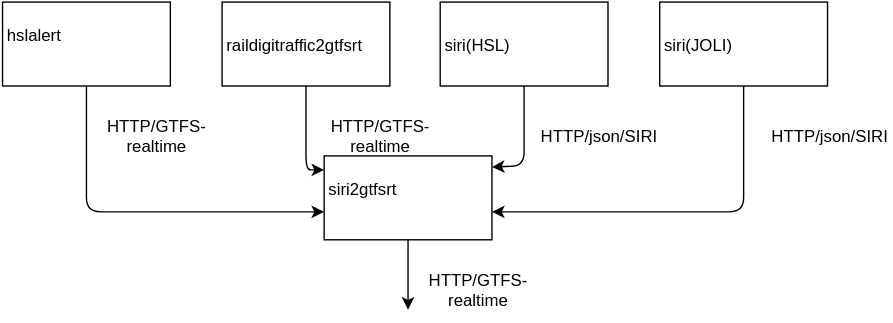
Earlier version of the draw.io export pages/en/developers/apis/4-realtime-api/trip-updates/architecture.svg (HSLdevcom/digitransit-site). Source tidied: cells renumbered, new cells last; positions are measured from the earlier drawing's top-left corner, leaving out a move shared by most shapes.
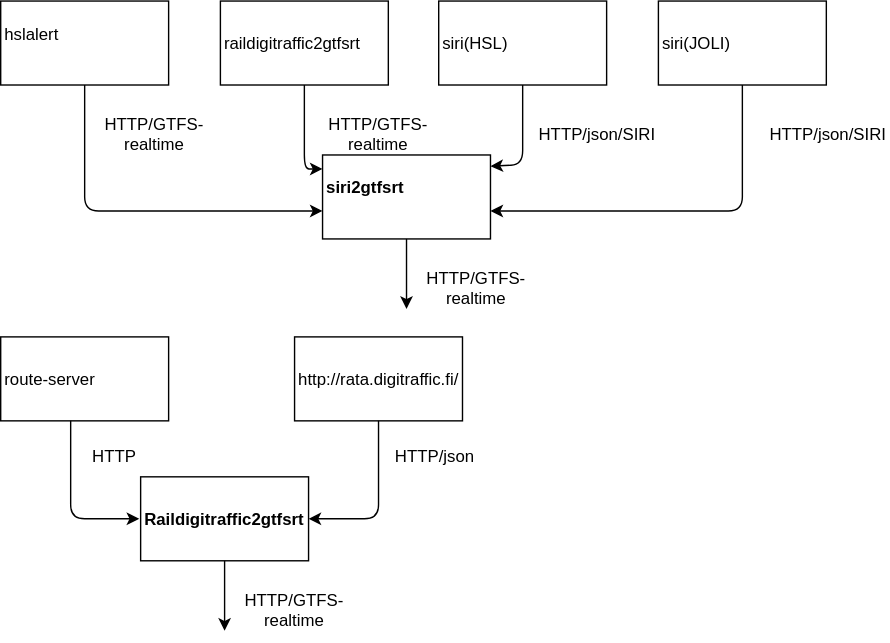
After the commit.

Commit message:
realtime-api-service-alert-and-trip-updates-image-fixes

Change to the diagram source:
```diff
@@ -5,7 +5,7 @@
     <mxCell id="2" value="&lt;div style=&quot;text-align: center&quot;&gt;&lt;span&gt;raildigitraffic2gtfsrt&lt;/span&gt;&lt;span&gt;&lt;br&gt;&lt;/span&gt;&lt;/div&gt;" style="whiteSpace=wrap;html=1;rounded=0;shadow=0;glass=0;strokeColor=#000000;fillColor=#FFFFFF;align=left;" parent="1" vertex="1">
       <mxGeometry x="157" width="120" height="60" as="geometry" />
     </mxCell>
-    <mxCell id="3" value="&lt;div style=&quot;text-align: center&quot;&gt;&lt;span style=&quot;line-height: 1.2&quot;&gt;siri2gtfsrt&lt;/span&gt;&lt;/div&gt;&lt;div style=&quot;text-align: center&quot;&gt;&lt;span style=&quot;line-height: 1.2&quot;&gt;&lt;br&gt;&lt;/span&gt;&lt;/div&gt;" style="whiteSpace=wrap;html=1;rounded=0;shadow=0;glass=0;strokeColor=#000000;fillColor=#FFFFFF;align=left;" parent="1" vertex="1">
+    <mxCell id="3" value="&lt;div style=&quot;text-align: center&quot;&gt;&lt;span style=&quot;line-height: 1.2&quot;&gt;&lt;b&gt;siri2gtfsrt&lt;/b&gt;&lt;/span&gt;&lt;/div&gt;&lt;div style=&quot;text-align: center&quot;&gt;&lt;span style=&quot;line-height: 1.2&quot;&gt;&lt;br&gt;&lt;/span&gt;&lt;/div&gt;" style="whiteSpace=wrap;html=1;rounded=0;shadow=0;glass=0;strokeColor=#000000;fillColor=#FFFFFF;align=left;" parent="1" vertex="1">
       <mxGeometry x="230" y="110" width="120" height="60" as="geometry" />
     </mxCell>
     <mxCell id="4" value="&lt;div style=&quot;text-align: center&quot;&gt;&lt;span style=&quot;line-height: 1.2&quot;&gt;hslalert&lt;br&gt;&lt;br&gt;&lt;/span&gt;&lt;/div&gt;" style="whiteSpace=wrap;html=1;rounded=0;shadow=0;glass=0;strokeColor=#000000;fillColor=#FFFFFF;align=left;" parent="1" vertex="1">
@@ -69,5 +69,43 @@
     <mxCell id="16" value="HTTP/json/SIRI" style="text;html=1;strokeColor=none;fillColor=none;align=center;verticalAlign=middle;whiteSpace=wrap;overflow=hidden;rounded=0;shadow=0;glass=0;" parent="1" vertex="1">
       <mxGeometry x="545" y="80" width="90" height="30" as="geometry" />
     </mxCell>
+    <mxCell id="17" value="&lt;div style=&quot;text-align: center&quot;&gt;&lt;span&gt;http://rata.digitraffic.fi/&lt;/span&gt;&lt;span&gt;&lt;br&gt;&lt;/span&gt;&lt;/div&gt;" style="whiteSpace=wrap;html=1;rounded=0;shadow=0;glass=0;strokeColor=#000000;fillColor=#FFFFFF;align=left;" parent="1" vertex="1">
+      <mxGeometry x="210" y="240" width="120" height="60" as="geometry" />
+    </mxCell>
+    <mxCell id="18" value="&lt;div style=&quot;text-align: center&quot;&gt;&lt;span&gt;&lt;b&gt;Raildigitraffic2gtfsrt&lt;/b&gt;&lt;/span&gt;&lt;br&gt;&lt;/div&gt;" style="whiteSpace=wrap;html=1;rounded=0;shadow=0;glass=0;strokeColor=#000000;fillColor=#FFFFFF;align=left;" parent="1" vertex="1">
+      <mxGeometry x="100" y="340" width="120" height="60" as="geometry" />
+    </mxCell>
+    <mxCell id="19" value="&lt;div style=&quot;text-align: center&quot;&gt;&lt;span style=&quot;line-height: 1.2&quot;&gt;route-server&lt;/span&gt;&lt;/div&gt;" style="whiteSpace=wrap;html=1;rounded=0;shadow=0;glass=0;strokeColor=#000000;fillColor=#FFFFFF;align=left;" parent="1" vertex="1">
+      <mxGeometry y="240" width="120" height="60" as="geometry" />
+    </mxCell>
+    <mxCell id="20" style="endArrow=classic;html=1;exitX=0.417;exitY=1;exitPerimeter=0;" parent="1" edge="1" source="19">
+      <mxGeometry relative="1" as="geometry">
+        <mxPoint x="99" y="370" as="targetPoint" />
+        <Array as="points">
+          <mxPoint x="50" y="370" />
+        </Array>
+      </mxGeometry>
+    </mxCell>
+    <mxCell id="21" style="endArrow=classic;html=1;exitX=0.5;exitY=1;entryX=1;entryY=0.5;" parent="1" edge="1" source="17" target="18">
+      <mxGeometry relative="1" as="geometry">
+        <Array as="points">
+          <mxPoint x="270" y="370" />
+        </Array>
+      </mxGeometry>
+    </mxCell>
+    <mxCell id="22" style="endArrow=classic;html=1;exitX=0.5;exitY=1;" parent="1" edge="1" source="18">
+      <mxGeometry relative="1" as="geometry">
+        <mxPoint x="160" y="450" as="targetPoint" />
+      </mxGeometry>
+    </mxCell>
+    <mxCell id="23" value="HTTP" style="text;html=1;strokeColor=none;fillColor=none;align=center;verticalAlign=middle;whiteSpace=wrap;overflow=hidden;rounded=0;shadow=0;glass=0;" parent="1" vertex="1">
+      <mxGeometry x="40" y="310" width="80" height="30" as="geometry" />
+    </mxCell>
+    <mxCell id="24" value="HTTP/GTFS-realtime" style="text;html=1;strokeColor=none;fillColor=none;align=center;verticalAlign=middle;whiteSpace=wrap;overflow=hidden;rounded=0;shadow=0;glass=0;" parent="1" vertex="1">
+      <mxGeometry x="170" y="420" width="80" height="30" as="geometry" />
+    </mxCell>
+    <mxCell id="25" value="HTTP/json" style="text;html=1;strokeColor=none;fillColor=none;align=center;verticalAlign=middle;whiteSpace=wrap;overflow=hidden;rounded=0;shadow=0;glass=0;" parent="1" vertex="1">
+      <mxGeometry x="270" y="310" width="80" height="30" as="geometry" />
+    </mxCell>
   </root>
 </mxGraphModel>
```
